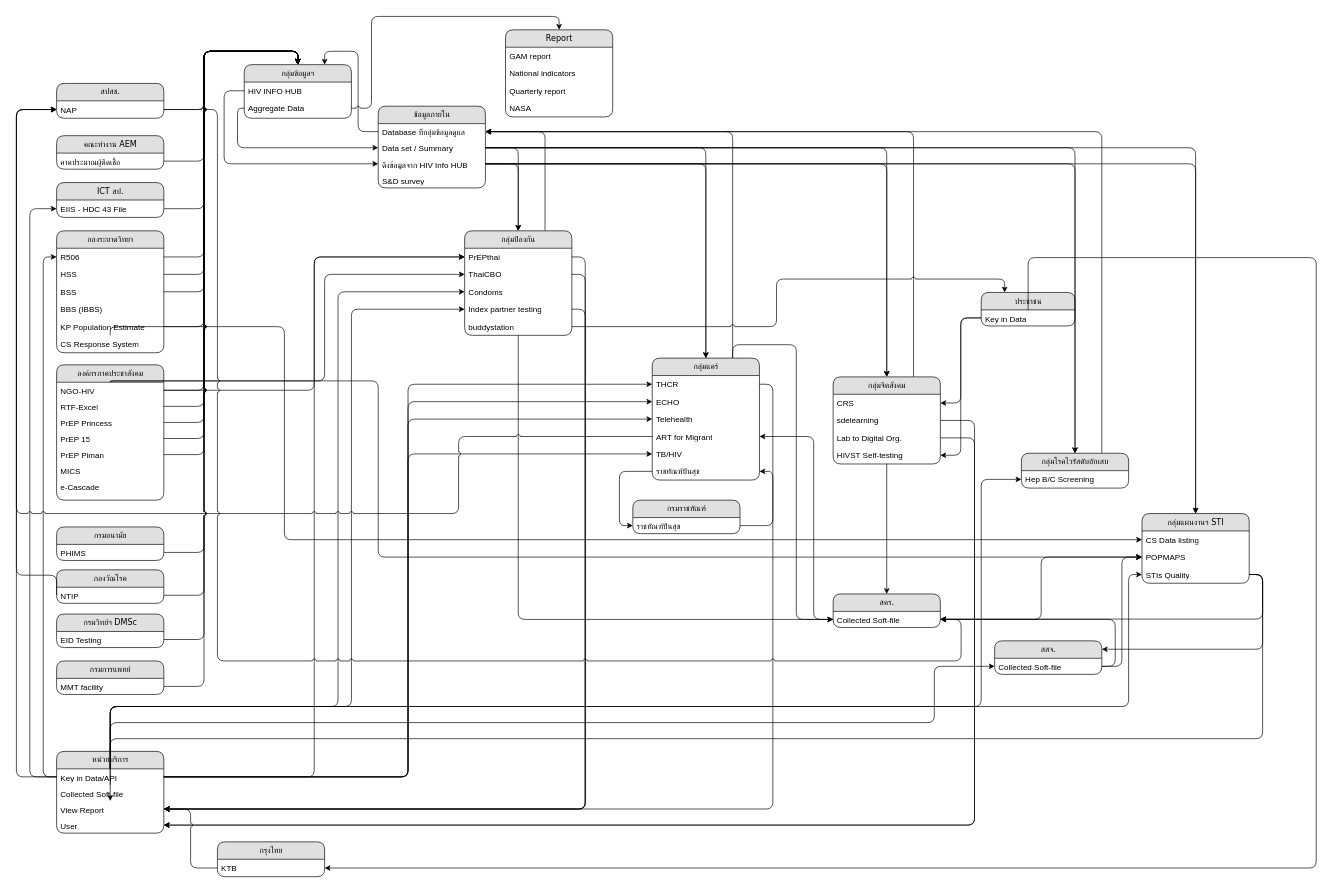
Earlier version of the draw.io diagram page "Page-2" (1 of 3) of DataSourceOVW.drawio (anun311/regist). Source tidied: cells renumbered, new cells numbered last; positions are measured from the earlier drawing's top-left corner, leaving out a move shared by most shapes. Both pictures are drawn from the tidied source at 67%, with x=0, y=0 at pixel (16, 16).
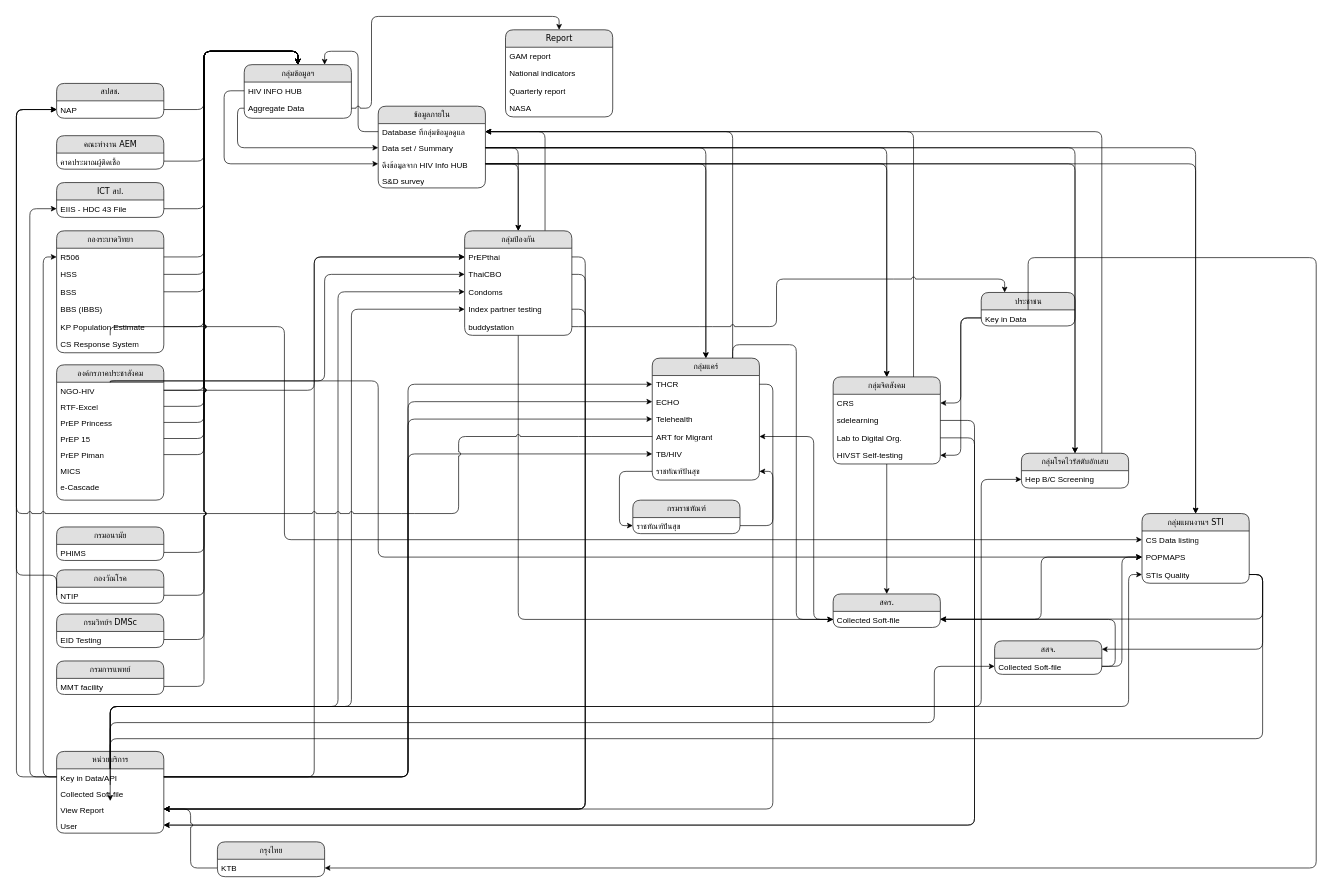
The same diagram, later.

Unchanged cells that the change refers to:
```xml
<mxCell id="3" value="NAP" style="text;html=1;strokeColor=none;fillColor=none;spacingLeft=4;spacingRight=4;whiteSpace=wrap;overflow=hidden;points=[[0,0.5],[1,0.5]];portConstraint=eastwest;" parent="2" vertex="1">
  <mxGeometry y="26" width="160" height="26" as="geometry" />
</mxCell>
<mxCell id="83" value="Collected Soft-file" style="text;html=1;strokeColor=none;fillColor=none;spacingLeft=4;spacingRight=4;whiteSpace=wrap;overflow=hidden;points=[[0,0.5],[1,0.5]];portConstraint=eastwest;" parent="82" vertex="1">
  <mxGeometry y="26" width="160" height="24" as="geometry" />
</mxCell>
```

Change to the diagram source:
```diff
@@
-    <mxCell id="119" style="edgeStyle=orthogonalEdgeStyle;shape=connector;curved=0;rounded=1;jettySize=auto;html=1;entryX=1;entryY=0.5;entryDx=0;entryDy=0;labelBackgroundColor=default;strokeColor=default;align=center;verticalAlign=middle;fontFamily=Helvetica;fontSize=11;fontColor=default;endArrow=classic;jumpStyle=arc;" parent="1" edge="1" source="3" target="83">
-      <mxGeometry relative="1" as="geometry">
-        <Array as="points">
-          <mxPoint x="300" y="139" />
-          <mxPoint x="300" y="962" />
-          <mxPoint x="1410" y="962" />
-          <mxPoint x="1410" y="900" />
-        </Array>
-      </mxGeometry>
-    </mxCell>
```
